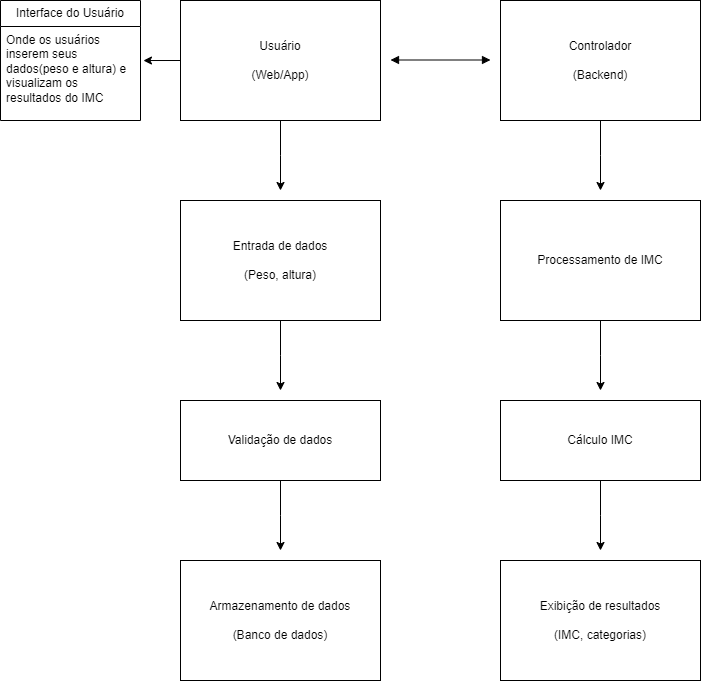
Before: Imc.drawio.png, a diagram exported from draw.io (Zaibam/Desenvolvimento-De-Sistemas-1). Source tidied: cells renumbered, new cells last; positions are measured from the earlier drawing's top-left corner, leaving out a move shared by most shapes.
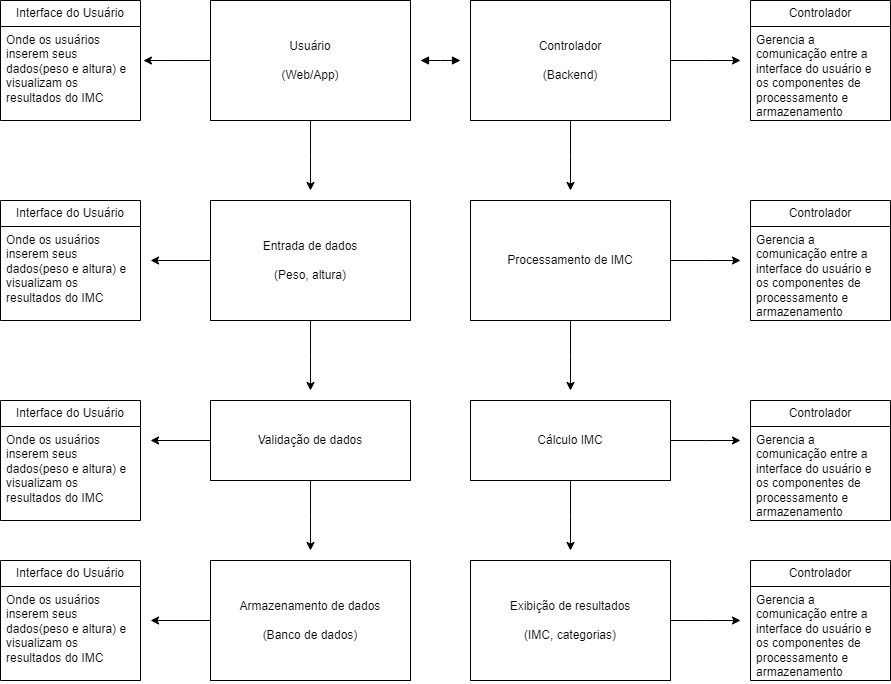
Above is the later version.

Diff of the diagram source:
```diff
@@ -4,64 +4,93 @@
     <mxCell id="1" parent="0" />
     <mxCell id="2" style="edgeStyle=orthogonalEdgeStyle;rounded=0;jettySize=auto;html=1;exitX=0.5;exitY=1;exitDx=0;exitDy=0;" parent="1" edge="1" source="3">
       <mxGeometry relative="1" as="geometry">
-        <mxPoint x="280" y="190" as="targetPoint" />
+        <mxPoint x="310" y="190" as="targetPoint" />
       </mxGeometry>
     </mxCell>
     <mxCell id="3" value="Usuário&lt;br&gt;&lt;br&gt;(Web/App)" style="html=1;whiteSpace=wrap;" parent="1" vertex="1">
-      <mxGeometry x="180" width="200" height="120" as="geometry" />
+      <mxGeometry x="210" width="200" height="120" as="geometry" />
     </mxCell>
     <mxCell id="4" style="edgeStyle=orthogonalEdgeStyle;rounded=0;jettySize=auto;html=1;exitX=0.5;exitY=1;exitDx=0;exitDy=0;" parent="1" edge="1" source="5">
       <mxGeometry relative="1" as="geometry">
-        <mxPoint x="600" y="190" as="targetPoint" />
+        <mxPoint x="570" y="190" as="targetPoint" />
       </mxGeometry>
     </mxCell>
+    <mxCell id="20" style="edgeStyle=orthogonalEdgeStyle;rounded=0;jettySize=auto;html=1;exitX=1;exitY=0.5;exitDx=0;exitDy=0;" parent="1" edge="1" source="5">
+      <mxGeometry relative="1" as="geometry">
+        <mxPoint x="740" y="60" as="targetPoint" />
+      </mxGeometry>
+    </mxCell>
     <mxCell id="5" value="Controlador&lt;br&gt;&lt;br&gt;(Backend)" style="html=1;whiteSpace=wrap;" parent="1" vertex="1">
-      <mxGeometry x="500" width="200" height="120" as="geometry" />
+      <mxGeometry x="470" width="200" height="120" as="geometry" />
     </mxCell>
     <mxCell id="6" style="edgeStyle=orthogonalEdgeStyle;rounded=0;jettySize=auto;html=1;exitX=0.5;exitY=1;exitDx=0;exitDy=0;" parent="1" edge="1" source="7">
       <mxGeometry relative="1" as="geometry">
-        <mxPoint x="280" y="390" as="targetPoint" />
+        <mxPoint x="310" y="390" as="targetPoint" />
       </mxGeometry>
     </mxCell>
+    <mxCell id="21" style="edgeStyle=orthogonalEdgeStyle;rounded=0;jettySize=auto;html=1;exitX=0;exitY=0.5;exitDx=0;exitDy=0;" parent="1" edge="1" source="7">
+      <mxGeometry relative="1" as="geometry">
+        <mxPoint x="150" y="260" as="targetPoint" />
+      </mxGeometry>
+    </mxCell>
     <mxCell id="7" value="Entrada de dados&lt;br&gt;&lt;br&gt;(Peso, altura)" style="html=1;whiteSpace=wrap;" parent="1" vertex="1">
-      <mxGeometry x="180" y="200" width="200" height="120" as="geometry" />
+      <mxGeometry x="210" y="200" width="200" height="120" as="geometry" />
     </mxCell>
     <mxCell id="8" style="edgeStyle=orthogonalEdgeStyle;rounded=0;jettySize=auto;html=1;exitX=0.5;exitY=1;exitDx=0;exitDy=0;" parent="1" edge="1" source="9">
       <mxGeometry relative="1" as="geometry">
-        <mxPoint x="600" y="390" as="targetPoint" />
+        <mxPoint x="570" y="390" as="targetPoint" />
       </mxGeometry>
     </mxCell>
+    <mxCell id="22" style="edgeStyle=orthogonalEdgeStyle;rounded=0;jettySize=auto;html=1;exitX=1;exitY=0.5;exitDx=0;exitDy=0;" parent="1" edge="1" source="9">
+      <mxGeometry relative="1" as="geometry">
+        <mxPoint x="740" y="260" as="targetPoint" />
+      </mxGeometry>
+    </mxCell>
     <mxCell id="9" value="Processamento de IMC" style="html=1;whiteSpace=wrap;" parent="1" vertex="1">
-      <mxGeometry x="500" y="200" width="200" height="120" as="geometry" />
+      <mxGeometry x="470" y="200" width="200" height="120" as="geometry" />
     </mxCell>
     <mxCell id="10" style="edgeStyle=orthogonalEdgeStyle;rounded=0;jettySize=auto;html=1;exitX=0.5;exitY=1;exitDx=0;exitDy=0;" parent="1" edge="1" source="11">
       <mxGeometry relative="1" as="geometry">
-        <mxPoint x="280" y="550" as="targetPoint" />
+        <mxPoint x="310" y="550" as="targetPoint" />
       </mxGeometry>
     </mxCell>
+    <mxCell id="23" style="edgeStyle=orthogonalEdgeStyle;rounded=0;jettySize=auto;html=1;exitX=0;exitY=0.5;exitDx=0;exitDy=0;" parent="1" edge="1" source="11">
+      <mxGeometry relative="1" as="geometry">
+        <mxPoint x="150" y="440" as="targetPoint" />
+      </mxGeometry>
+    </mxCell>
     <mxCell id="11" value="Validação de dados" style="html=1;whiteSpace=wrap;" parent="1" vertex="1">
-      <mxGeometry x="180" y="400" width="200" height="80" as="geometry" />
+      <mxGeometry x="210" y="400" width="200" height="80" as="geometry" />
     </mxCell>
     <mxCell id="12" style="edgeStyle=orthogonalEdgeStyle;rounded=0;jettySize=auto;html=1;exitX=0.5;exitY=1;exitDx=0;exitDy=0;" parent="1" edge="1" source="13">
       <mxGeometry relative="1" as="geometry">
-        <mxPoint x="600" y="550" as="targetPoint" />
+        <mxPoint x="570" y="550" as="targetPoint" />
       </mxGeometry>
     </mxCell>
+    <mxCell id="24" style="edgeStyle=orthogonalEdgeStyle;rounded=0;jettySize=auto;html=1;exitX=1;exitY=0.5;exitDx=0;exitDy=0;" parent="1" edge="1" source="13">
+      <mxGeometry relative="1" as="geometry">
+        <mxPoint x="740" y="440" as="targetPoint" />
+      </mxGeometry>
+    </mxCell>
     <mxCell id="13" value="Cálculo IMC" style="html=1;whiteSpace=wrap;" parent="1" vertex="1">
-      <mxGeometry x="500" y="400" width="200" height="80" as="geometry" />
+      <mxGeometry x="470" y="400" width="200" height="80" as="geometry" />
     </mxCell>
+    <mxCell id="25" style="edgeStyle=orthogonalEdgeStyle;rounded=0;jettySize=auto;html=1;exitX=0;exitY=0.5;exitDx=0;exitDy=0;" parent="1" edge="1" source="14">
+      <mxGeometry relative="1" as="geometry">
+        <mxPoint x="150" y="620" as="targetPoint" />
+      </mxGeometry>
+    </mxCell>
     <mxCell id="14" value="Armazenamento de dados&lt;br&gt;&lt;br&gt;(Banco de dados)" style="html=1;whiteSpace=wrap;" parent="1" vertex="1">
-      <mxGeometry x="180" y="560" width="200" height="120" as="geometry" />
+      <mxGeometry x="210" y="560" width="200" height="120" as="geometry" />
     </mxCell>
+    <mxCell id="26" style="edgeStyle=orthogonalEdgeStyle;rounded=0;jettySize=auto;html=1;exitX=1;exitY=0.5;exitDx=0;exitDy=0;" parent="1" edge="1" source="15">
+      <mxGeometry relative="1" as="geometry">
+        <mxPoint x="740" y="620" as="targetPoint" />
+      </mxGeometry>
+    </mxCell>
     <mxCell id="15" value="Exibição de resultados&lt;br&gt;&lt;br&gt;(IMC, categorias)" style="html=1;whiteSpace=wrap;" parent="1" vertex="1">
-      <mxGeometry x="500" y="560" width="200" height="120" as="geometry" />
+      <mxGeometry x="470" y="560" width="200" height="120" as="geometry" />
     </mxCell>
-    <mxCell id="16" style="endArrow=block;startArrow=block;endFill=1;startFill=1;html=1;rounded=0;" parent="1" edge="1">
-      <mxGeometry relative="1" as="geometry">
-        <mxPoint x="390" y="59.5" as="sourcePoint" />
-        <mxPoint x="490" y="59.5" as="targetPoint" />
-      </mxGeometry>
-    </mxCell>
     <mxCell id="17" value="Interface do Usuário" style="swimlane;fontStyle=0;horizontal=1;startSize=26;fillColor=none;whiteSpace=wrap;html=1;" parent="1" vertex="1">
       <mxGeometry width="140" height="120" as="geometry" />
     </mxCell>
@@ -71,5 +100,56 @@
     <mxCell id="19" style="edgeStyle=orthogonalEdgeStyle;rounded=0;jettySize=auto;html=1;exitX=0;exitY=0.5;exitDx=0;exitDy=0;entryX=1.021;entryY=0.362;entryDx=0;entryDy=0;entryPerimeter=0;" parent="1" edge="1" source="3" target="18">
       <mxGeometry relative="1" as="geometry" />
     </mxCell>
+    <mxCell id="27" value="Interface do Usuário" style="swimlane;fontStyle=0;horizontal=1;startSize=26;fillColor=none;whiteSpace=wrap;html=1;" parent="1" vertex="1">
+      <mxGeometry y="200" width="140" height="120" as="geometry" />
+    </mxCell>
+    <mxCell id="28" value="Onde os usuários inserem seus dados(peso e altura) e visualizam os resultados do IMC" style="text;strokeColor=none;fillColor=none;align=left;verticalAlign=top;spacingLeft=4;spacingRight=4;overflow=hidden;whiteSpace=wrap;html=1;" parent="27" vertex="1">
+      <mxGeometry y="26" width="140" height="94" as="geometry" />
+    </mxCell>
+    <mxCell id="29" value="Controlador" style="swimlane;fontStyle=0;horizontal=1;startSize=26;fillColor=none;whiteSpace=wrap;html=1;" parent="1" vertex="1">
+      <mxGeometry x="750" width="140" height="120" as="geometry" />
+    </mxCell>
+    <mxCell id="30" value="Gerencia a comunicação entre a interface do usuário e os componentes de processamento e armazenamento" style="text;strokeColor=none;fillColor=none;align=left;verticalAlign=top;spacingLeft=4;spacingRight=4;overflow=hidden;whiteSpace=wrap;html=1;" parent="29" vertex="1">
+      <mxGeometry y="26" width="140" height="94" as="geometry" />
+    </mxCell>
+    <mxCell id="31" style="endArrow=block;startArrow=block;endFill=1;startFill=1;html=1;rounded=0;" parent="1" edge="1">
+      <mxGeometry relative="1" as="geometry">
+        <mxPoint x="420" y="60" as="sourcePoint" />
+        <mxPoint x="460" y="60" as="targetPoint" />
+        <Array as="points">
+          <mxPoint x="440" y="60" />
+        </Array>
+      </mxGeometry>
+    </mxCell>
+    <mxCell id="32" value="Controlador" style="swimlane;fontStyle=0;horizontal=1;startSize=26;fillColor=none;whiteSpace=wrap;html=1;" parent="1" vertex="1">
+      <mxGeometry x="750" y="200" width="140" height="120" as="geometry" />
+    </mxCell>
+    <mxCell id="33" value="Gerencia a comunicação entre a interface do usuário e os componentes de processamento e armazenamento" style="text;strokeColor=none;fillColor=none;align=left;verticalAlign=top;spacingLeft=4;spacingRight=4;overflow=hidden;whiteSpace=wrap;html=1;" parent="32" vertex="1">
+      <mxGeometry y="26" width="140" height="94" as="geometry" />
+    </mxCell>
+    <mxCell id="34" value="Controlador" style="swimlane;fontStyle=0;horizontal=1;startSize=26;fillColor=none;whiteSpace=wrap;html=1;" parent="1" vertex="1">
+      <mxGeometry x="750" y="400" width="140" height="120" as="geometry" />
+    </mxCell>
+    <mxCell id="35" value="Gerencia a comunicação entre a interface do usuário e os componentes de processamento e armazenamento" style="text;strokeColor=none;fillColor=none;align=left;verticalAlign=top;spacingLeft=4;spacingRight=4;overflow=hidden;whiteSpace=wrap;html=1;" parent="34" vertex="1">
+      <mxGeometry y="26" width="140" height="94" as="geometry" />
+    </mxCell>
+    <mxCell id="36" value="Controlador" style="swimlane;fontStyle=0;horizontal=1;startSize=26;fillColor=none;whiteSpace=wrap;html=1;" parent="1" vertex="1">
+      <mxGeometry x="750" y="560" width="140" height="120" as="geometry" />
+    </mxCell>
+    <mxCell id="37" value="Gerencia a comunicação entre a interface do usuário e os componentes de processamento e armazenamento" style="text;strokeColor=none;fillColor=none;align=left;verticalAlign=top;spacingLeft=4;spacingRight=4;overflow=hidden;whiteSpace=wrap;html=1;" parent="36" vertex="1">
+      <mxGeometry y="26" width="140" height="94" as="geometry" />
+    </mxCell>
+    <mxCell id="38" value="Interface do Usuário" style="swimlane;fontStyle=0;horizontal=1;startSize=26;fillColor=none;whiteSpace=wrap;html=1;" parent="1" vertex="1">
+      <mxGeometry y="400" width="140" height="120" as="geometry" />
+    </mxCell>
+    <mxCell id="39" value="Onde os usuários inserem seus dados(peso e altura) e visualizam os resultados do IMC" style="text;strokeColor=none;fillColor=none;align=left;verticalAlign=top;spacingLeft=4;spacingRight=4;overflow=hidden;whiteSpace=wrap;html=1;" parent="38" vertex="1">
+      <mxGeometry y="26" width="140" height="94" as="geometry" />
+    </mxCell>
+    <mxCell id="40" value="Interface do Usuário" style="swimlane;fontStyle=0;horizontal=1;startSize=26;fillColor=none;whiteSpace=wrap;html=1;" parent="1" vertex="1">
+      <mxGeometry y="560" width="140" height="120" as="geometry" />
+    </mxCell>
+    <mxCell id="41" value="Onde os usuários inserem seus dados(peso e altura) e visualizam os resultados do IMC" style="text;strokeColor=none;fillColor=none;align=left;verticalAlign=top;spacingLeft=4;spacingRight=4;overflow=hidden;whiteSpace=wrap;html=1;" parent="40" vertex="1">
+      <mxGeometry y="26" width="140" height="94" as="geometry" />
+    </mxCell>
   </root>
 </mxGraphModel>
```
